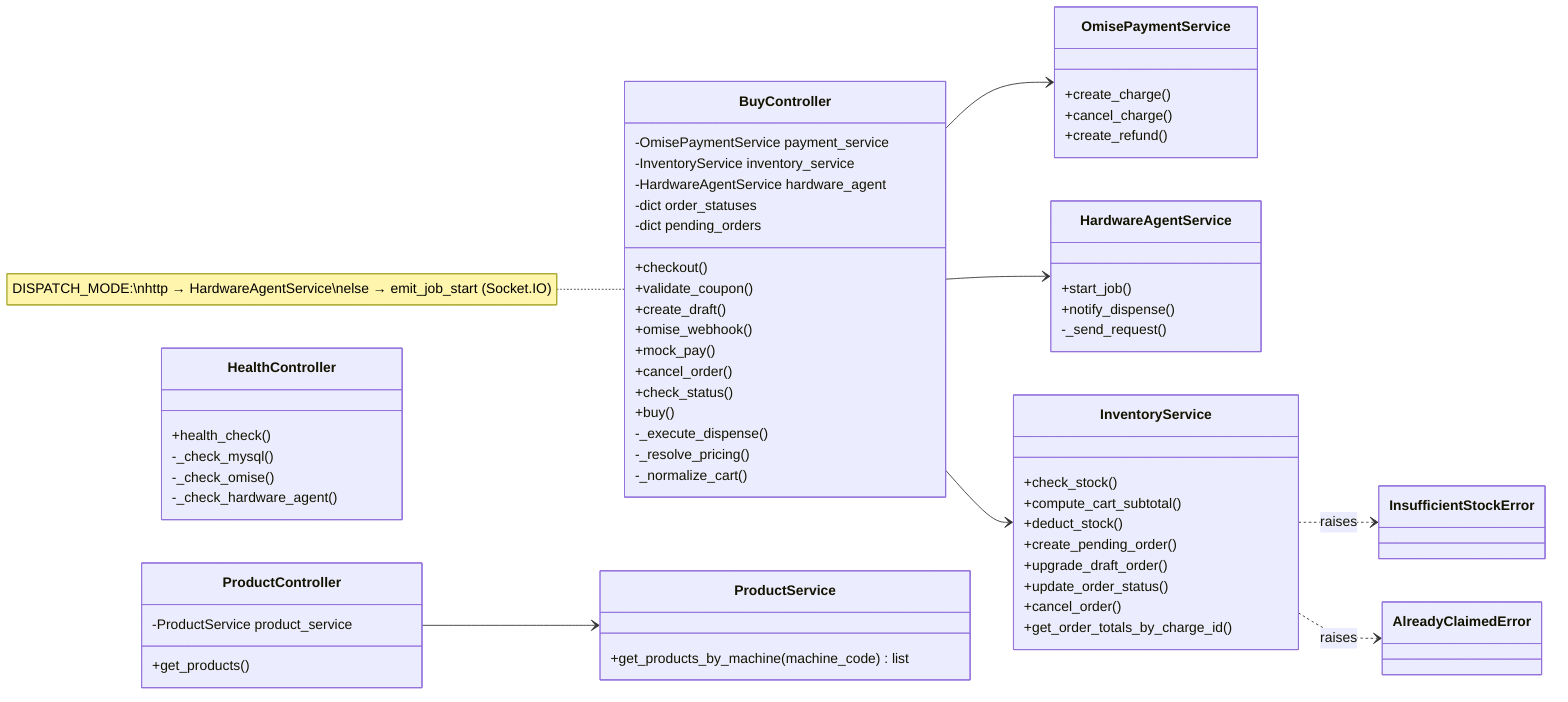
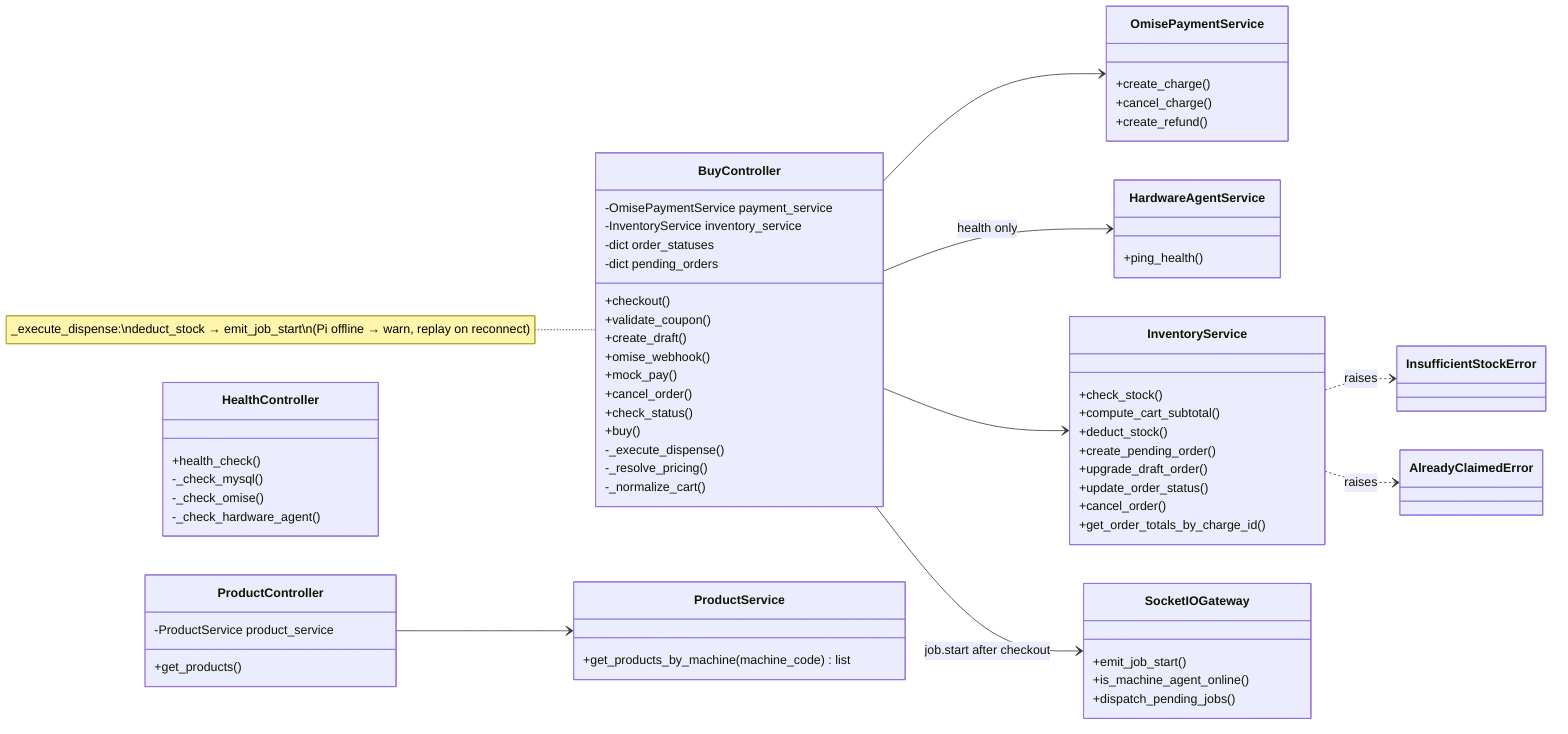
%% Application / service layer (conceptual — key classes from server/app)
%% Not all methods listed; see source files for full signatures

classDiagram
    direction LR

    class BuyController {
        -OmisePaymentService payment_service
        -InventoryService inventory_service
-         -HardwareAgentService hardware_agent
        -dict order_statuses
        -dict pending_orders
        +checkout()
        +validate_coupon()
        +create_draft()
        +omise_webhook()
        +mock_pay()
        +cancel_order()
        +check_status()
        +buy()
        -_execute_dispense()
        -_resolve_pricing()
        -_normalize_cart()
    }

    class ProductController {
        -ProductService product_service
        +get_products()
    }

    class ProductService {
        +get_products_by_machine(machine_code) list
    }

    class HealthController {
        +health_check()
        -_check_mysql()
        -_check_omise()
        -_check_hardware_agent()
    }

    class OmisePaymentService {
        +create_charge()
        +cancel_charge()
        +create_refund()
    }

    class HardwareAgentService {
-         +start_job()
-         +notify_dispense()
-         -_send_request()
+         +ping_health()
    }

    class InventoryService {
        +check_stock()
        +compute_cart_subtotal()
        +deduct_stock()
        +create_pending_order()
        +upgrade_draft_order()
        +update_order_status()
        +cancel_order()
        +get_order_totals_by_charge_id()
    }

+     class SocketIOGateway {
+         +emit_job_start()
+         +is_machine_agent_online()
+         +dispatch_pending_jobs()
+     }
+ 
    class InsufficientStockError
    class AlreadyClaimedError

    BuyController --> OmisePaymentService
    BuyController --> InventoryService
-     BuyController --> HardwareAgentService
+     BuyController --> SocketIOGateway : job.start after checkout
+     BuyController --> HardwareAgentService : health only
    InventoryService ..> InsufficientStockError : raises
    InventoryService ..> AlreadyClaimedError : raises

    ProductController --> ProductService

-     note for BuyController "DISPATCH_MODE:\nhttp → HardwareAgentService\nelse → emit_job_start (Socket.IO)"
+     note for BuyController "_execute_dispense:\ndeduct_stock → emit_job_start\n(Pi offline → warn, replay on reconnect)"
